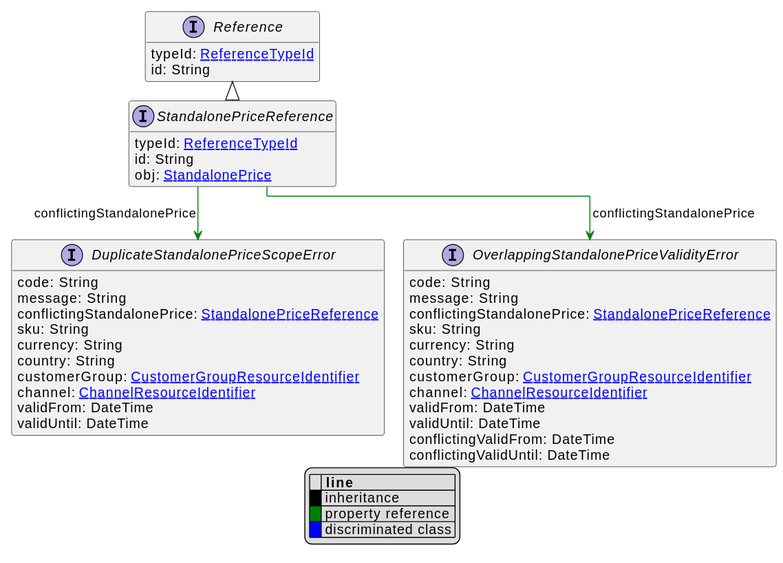
commercetools/commercetools-api-reference keeps this PlantUML diagram as uml/api/svg/StandalonePriceReference.svg. Above is the earlier version. The source it was exported from:
```plantuml
@startuml
!pragma layout elk
hide empty fields
hide empty methods
legend
|= |= line |
|<back:black>   </back>| inheritance |
|<back:green>   </back>| property reference |
|<back:blue>   </back>| discriminated class |
endlegend
interface StandalonePriceReference [[StandalonePriceReference.svg]] extends Reference {
    typeId: [[ReferenceTypeId.svg ReferenceTypeId]]
    id: String
    obj: [[StandalonePrice.svg StandalonePrice]]
}
interface Reference [[Reference.svg]]  {
    typeId: [[ReferenceTypeId.svg ReferenceTypeId]]
    id: String
}


interface DuplicateStandalonePriceScopeError [[DuplicateStandalonePriceScopeError.svg]]  {
    code: String
    message: String
    conflictingStandalonePrice: [[StandalonePriceReference.svg StandalonePriceReference]]
    sku: String
    currency: String
    country: String
    customerGroup: [[CustomerGroupResourceIdentifier.svg CustomerGroupResourceIdentifier]]
    channel: [[ChannelResourceIdentifier.svg ChannelResourceIdentifier]]
    validFrom: DateTime
    validUntil: DateTime
}
interface OverlappingStandalonePriceValidityError [[OverlappingStandalonePriceValidityError.svg]]  {
    code: String
    message: String
    conflictingStandalonePrice: [[StandalonePriceReference.svg StandalonePriceReference]]
    sku: String
    currency: String
    country: String
    customerGroup: [[CustomerGroupResourceIdentifier.svg CustomerGroupResourceIdentifier]]
    channel: [[ChannelResourceIdentifier.svg ChannelResourceIdentifier]]
    validFrom: DateTime
    validUntil: DateTime
    conflictingValidFrom: DateTime
    conflictingValidUntil: DateTime
}

StandalonePriceReference --> DuplicateStandalonePriceScopeError #green;text:green : "conflictingStandalonePrice"
StandalonePriceReference --> OverlappingStandalonePriceValidityError #green;text:green : "conflictingStandalonePrice"
@enduml
```
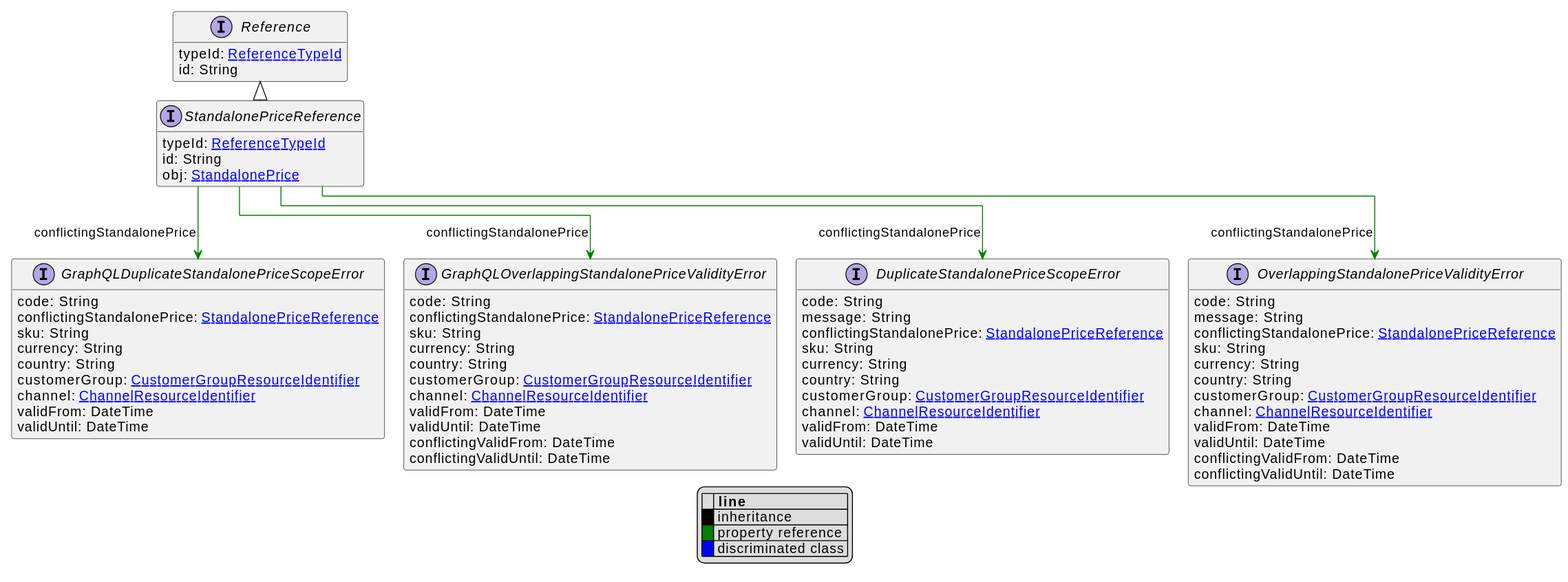
The same file after the commit.

What changed in the source:
```diff
@@ -45,7 +45,33 @@
     conflictingValidFrom: DateTime
     conflictingValidUntil: DateTime
 }
+interface GraphQLDuplicateStandalonePriceScopeError [[GraphQLDuplicateStandalonePriceScopeError.svg]]  {
+    code: String
+    conflictingStandalonePrice: [[StandalonePriceReference.svg StandalonePriceReference]]
+    sku: String
+    currency: String
+    country: String
+    customerGroup: [[CustomerGroupResourceIdentifier.svg CustomerGroupResourceIdentifier]]
+    channel: [[ChannelResourceIdentifier.svg ChannelResourceIdentifier]]
+    validFrom: DateTime
+    validUntil: DateTime
+}
+interface GraphQLOverlappingStandalonePriceValidityError [[GraphQLOverlappingStandalonePriceValidityError.svg]]  {
+    code: String
+    conflictingStandalonePrice: [[StandalonePriceReference.svg StandalonePriceReference]]
+    sku: String
+    currency: String
+    country: String
+    customerGroup: [[CustomerGroupResourceIdentifier.svg CustomerGroupResourceIdentifier]]
+    channel: [[ChannelResourceIdentifier.svg ChannelResourceIdentifier]]
+    validFrom: DateTime
+    validUntil: DateTime
+    conflictingValidFrom: DateTime
+    conflictingValidUntil: DateTime
+}
 
 StandalonePriceReference --> DuplicateStandalonePriceScopeError #green;text:green : "conflictingStandalonePrice"
 StandalonePriceReference --> OverlappingStandalonePriceValidityError #green;text:green : "conflictingStandalonePrice"
+StandalonePriceReference --> GraphQLDuplicateStandalonePriceScopeError #green;text:green : "conflictingStandalonePrice"
+StandalonePriceReference --> GraphQLOverlappingStandalonePriceValidityError #green;text:green : "conflictingStandalonePrice"
 @enduml
```
